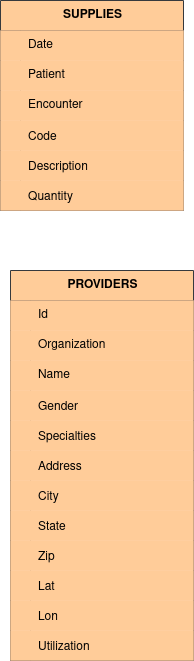
Before: BigDataProject.drawio.png, a diagram exported from draw.io (UtsuroNoArashi/BigDataProject). Source tidied: cells renumbered, new cells last; positions are measured from the earlier drawing's top-left corner, leaving out a move shared by most shapes.
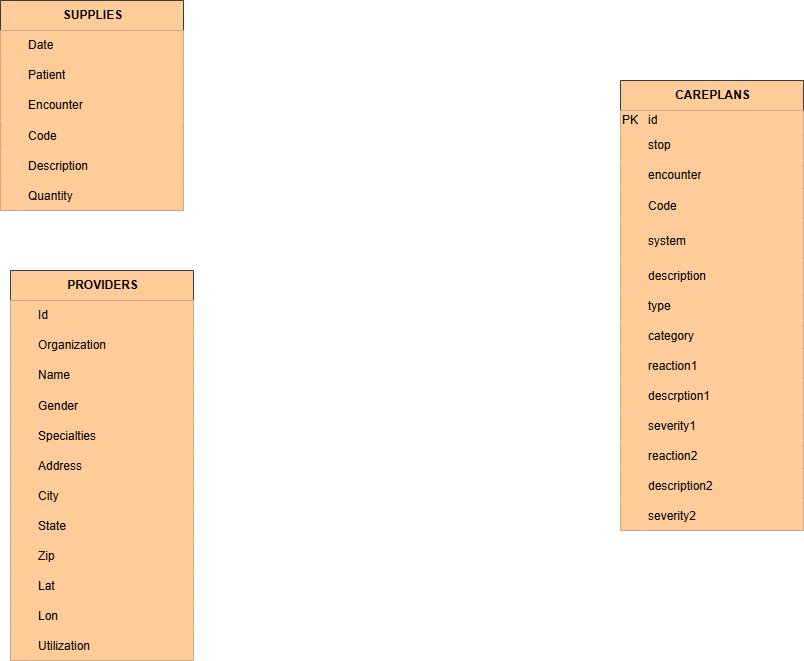
The same diagram one commit later.

Change to the diagram source:
```diff
@@ -170,5 +170,134 @@
     <mxCell id="57" value="Utilization" style="shape=partialRectangle;fillColor=light-dark(#FFCC99,#B98351);top=0;left=0;bottom=0;right=0;align=left;spacingLeft=6;overflow=hidden;fontColor=light-dark(#000000,#000000);" parent="55" vertex="1">
       <mxGeometry x="20" width="163" height="30" as="geometry" />
     </mxCell>
+    <mxCell id="58" value="CAREPLANS" style="shape=table;startSize=30;rowLines=0;fontStyle=1;align=center;html=1;fillColor=light-dark(#FFCC99,#B98351);strokeColor=light-dark(#36393D,#DDE2E4);fontColor=light-dark(#000000,#000000);" parent="1" vertex="1">
+      <mxGeometry x="620" y="80" width="183" height="450" as="geometry" />
+    </mxCell>
+    <mxCell id="59" style="shape=tableRow;horizontal=0;startSize=0;swimlaneHead=0;swimlaneBody=0;fillColor=light-dark(#FFCC99,#B98351);top=0;left=0;right=0;bottom=0;strokeColor=light-dark(#36393D,#DDE2E4);fontColor=light-dark(#000000,#000000);" parent="58" vertex="1">
+      <mxGeometry y="30" width="183" height="20" as="geometry" />
+    </mxCell>
+    <mxCell id="60" value="PK" style="shape=partialRectangle;fillColor=light-dark(#FFCC99,#B98351);top=0;left=0;bottom=0;right=0;overflow=hidden;whiteSpace=wrap;html=1;strokeColor=light-dark(#36393D,#DDE2E4);fontColor=light-dark(#000000,#000000);" parent="59" vertex="1">
+      <mxGeometry width="20" height="20" as="geometry" />
+    </mxCell>
+    <mxCell id="61" value="id" style="shape=partialRectangle;fillColor=light-dark(#FFCC99,#B98351);top=0;left=0;bottom=0;right=0;align=left;spacingLeft=6;overflow=hidden;whiteSpace=wrap;html=1;strokeColor=default;fontColor=light-dark(#000000,#000000);" parent="59" vertex="1">
+      <mxGeometry x="20" width="163" height="20" as="geometry" />
+    </mxCell>
+    <mxCell id="62" style="shape=tableRow;horizontal=0;startSize=0;swimlaneHead=0;swimlaneBody=0;fillColor=light-dark(#FFCC99,#B98351);top=0;left=0;right=0;bottom=0;strokeColor=light-dark(#36393D,#DDE2E4);fontColor=light-dark(#000000,#000000);" parent="58" vertex="1">
+      <mxGeometry y="50" width="183" height="30" as="geometry" />
+    </mxCell>
+    <mxCell id="63" style="shape=partialRectangle;fillColor=light-dark(#FFCC99,#B98351);top=0;left=0;bottom=0;right=0;overflow=hidden;whiteSpace=wrap;html=1;strokeColor=light-dark(#36393D,#DDE2E4);fontColor=light-dark(#000000,#000000);" parent="62" vertex="1">
+      <mxGeometry width="20" height="30" as="geometry" />
+    </mxCell>
+    <mxCell id="64" value="stop" style="shape=partialRectangle;fillColor=light-dark(#FFCC99,#B98351);top=0;left=0;bottom=0;right=0;align=left;spacingLeft=6;overflow=hidden;whiteSpace=wrap;html=1;strokeColor=default;fontColor=light-dark(#000000,#000000);" parent="62" vertex="1">
+      <mxGeometry x="20" width="163" height="30" as="geometry" />
+    </mxCell>
+    <mxCell id="65" style="shape=tableRow;horizontal=0;startSize=0;swimlaneHead=0;swimlaneBody=0;fillColor=light-dark(#FFCC99,#B98351);top=0;left=0;right=0;bottom=0;strokeColor=light-dark(#36393D,#DDE2E4);fontColor=light-dark(#000000,#000000);" parent="58" vertex="1">
+      <mxGeometry y="80" width="183" height="30" as="geometry" />
+    </mxCell>
+    <mxCell id="66" style="shape=partialRectangle;fillColor=light-dark(#FFCC99,#B98351);top=0;left=0;bottom=0;right=0;overflow=hidden;whiteSpace=wrap;html=1;strokeColor=light-dark(#36393D,#DDE2E4);fontColor=light-dark(#000000,#000000);" parent="65" vertex="1">
+      <mxGeometry width="20" height="30" as="geometry" />
+    </mxCell>
+    <mxCell id="67" value="encounter" style="shape=partialRectangle;fillColor=light-dark(#FFCC99,#B98351);top=0;left=0;bottom=0;right=0;align=left;spacingLeft=6;overflow=hidden;whiteSpace=wrap;html=1;strokeColor=default;fontColor=light-dark(#000000,#000000);" parent="65" vertex="1">
+      <mxGeometry x="20" width="163" height="30" as="geometry" />
+    </mxCell>
+    <mxCell id="68" style="shape=tableRow;horizontal=0;startSize=0;swimlaneHead=0;swimlaneBody=0;fillColor=light-dark(#FFCC99,#B98351);top=0;left=0;right=0;bottom=0;strokeColor=light-dark(#36393D,#DDE2E4);fontColor=light-dark(#000000,#000000);" parent="58" vertex="1">
+      <mxGeometry y="110" width="183" height="30" as="geometry" />
+    </mxCell>
+    <mxCell id="69" style="shape=partialRectangle;fillColor=light-dark(#FFCC99,#B98351);top=0;left=0;bottom=0;right=0;overflow=hidden;strokeColor=light-dark(#36393D,#DDE2E4);fontColor=light-dark(#000000,#000000);" parent="68" vertex="1">
+      <mxGeometry width="20" height="30" as="geometry" />
+    </mxCell>
+    <mxCell id="70" value="Code" style="shape=partialRectangle;fillColor=light-dark(#FFCC99,#B98351);top=0;left=0;bottom=0;right=0;align=left;spacingLeft=6;overflow=hidden;strokeColor=default;fontColor=light-dark(#000000,#000000);" parent="68" vertex="1">
+      <mxGeometry x="20" width="163" height="30" as="geometry" />
+    </mxCell>
+    <mxCell id="71" style="shape=tableRow;horizontal=0;startSize=0;swimlaneHead=0;swimlaneBody=0;fillColor=light-dark(#FFCC99,#B98351);top=0;left=0;right=0;bottom=0;strokeColor=light-dark(#36393D,#DDE2E4);fontColor=light-dark(#000000,#000000);" parent="58" vertex="1">
+      <mxGeometry y="140" width="183" height="40" as="geometry" />
+    </mxCell>
+    <mxCell id="72" style="shape=partialRectangle;fillColor=light-dark(#FFCC99,#B98351);top=0;left=0;bottom=0;right=0;overflow=hidden;strokeColor=light-dark(#36393D,#DDE2E4);fontColor=light-dark(#000000,#000000);" parent="71" vertex="1">
+      <mxGeometry width="20" height="40" as="geometry" />
+    </mxCell>
+    <mxCell id="73" value="system" style="shape=partialRectangle;fillColor=light-dark(#FFCC99,#B98351);top=0;left=0;bottom=0;right=0;align=left;spacingLeft=6;overflow=hidden;strokeColor=default;fontColor=light-dark(#000000,#000000);" parent="71" vertex="1">
+      <mxGeometry x="20" width="163" height="40" as="geometry" />
+    </mxCell>
+    <mxCell id="74" style="shape=tableRow;horizontal=0;startSize=0;swimlaneHead=0;swimlaneBody=0;fillColor=light-dark(#FFCC99,#B98351);top=0;left=0;right=0;bottom=0;strokeColor=light-dark(#36393D,#DDE2E4);fontColor=light-dark(#000000,#000000);" parent="58" vertex="1">
+      <mxGeometry y="180" width="183" height="30" as="geometry" />
+    </mxCell>
+    <mxCell id="75" style="shape=partialRectangle;fillColor=light-dark(#FFCC99,#B98351);top=0;left=0;bottom=0;right=0;overflow=hidden;strokeColor=light-dark(#36393D,#DDE2E4);fontColor=light-dark(#000000,#000000);" parent="74" vertex="1">
+      <mxGeometry width="20" height="30" as="geometry" />
+    </mxCell>
+    <mxCell id="76" value="description" style="shape=partialRectangle;fillColor=light-dark(#FFCC99,#B98351);top=0;left=0;bottom=0;right=0;align=left;spacingLeft=6;overflow=hidden;strokeColor=default;fontColor=light-dark(#000000,#000000);" parent="74" vertex="1">
+      <mxGeometry x="20" width="163" height="30" as="geometry" />
+    </mxCell>
+    <mxCell id="77" style="shape=tableRow;horizontal=0;startSize=0;swimlaneHead=0;swimlaneBody=0;fillColor=light-dark(#FFCC99,#B98351);top=0;left=0;right=0;bottom=0;strokeColor=light-dark(#36393D,#DDE2E4);fontColor=light-dark(#000000,#000000);" parent="58" vertex="1">
+      <mxGeometry y="210" width="183" height="30" as="geometry" />
+    </mxCell>
+    <mxCell id="78" style="shape=partialRectangle;fillColor=light-dark(#FFCC99,#B98351);top=0;left=0;bottom=0;right=0;overflow=hidden;strokeColor=light-dark(#36393D,#DDE2E4);fontColor=light-dark(#000000,#000000);" parent="77" vertex="1">
+      <mxGeometry width="20" height="30" as="geometry" />
+    </mxCell>
+    <mxCell id="79" value="type" style="shape=partialRectangle;fillColor=light-dark(#FFCC99,#B98351);top=0;left=0;bottom=0;right=0;align=left;spacingLeft=6;overflow=hidden;strokeColor=default;fontColor=light-dark(#000000,#000000);" parent="77" vertex="1">
+      <mxGeometry x="20" width="163" height="30" as="geometry" />
+    </mxCell>
+    <mxCell id="80" style="shape=tableRow;horizontal=0;startSize=0;swimlaneHead=0;swimlaneBody=0;fillColor=light-dark(#FFCC99,#B98351);top=0;left=0;right=0;bottom=0;strokeColor=light-dark(#36393D,#DDE2E4);fontColor=light-dark(#000000,#000000);" parent="58" vertex="1">
+      <mxGeometry y="240" width="183" height="30" as="geometry" />
+    </mxCell>
+    <mxCell id="81" style="shape=partialRectangle;fillColor=light-dark(#FFCC99,#B98351);top=0;left=0;bottom=0;right=0;overflow=hidden;strokeColor=light-dark(#36393D,#DDE2E4);fontColor=light-dark(#000000,#000000);" parent="80" vertex="1">
+      <mxGeometry width="20" height="30" as="geometry" />
+    </mxCell>
+    <mxCell id="82" value="category" style="shape=partialRectangle;fillColor=light-dark(#FFCC99,#B98351);top=0;left=0;bottom=0;right=0;align=left;spacingLeft=6;overflow=hidden;strokeColor=default;fontColor=light-dark(#000000,#000000);" parent="80" vertex="1">
+      <mxGeometry x="20" width="163" height="30" as="geometry" />
+    </mxCell>
+    <mxCell id="83" style="shape=tableRow;horizontal=0;startSize=0;swimlaneHead=0;swimlaneBody=0;fillColor=light-dark(#FFCC99,#B98351);top=0;left=0;right=0;bottom=0;strokeColor=light-dark(#36393D,#DDE2E4);fontColor=light-dark(#000000,#000000);" parent="58" vertex="1">
+      <mxGeometry y="270" width="183" height="30" as="geometry" />
+    </mxCell>
+    <mxCell id="84" style="shape=partialRectangle;fillColor=light-dark(#FFCC99,#B98351);top=0;left=0;bottom=0;right=0;overflow=hidden;strokeColor=light-dark(#36393D,#DDE2E4);fontColor=light-dark(#000000,#000000);" parent="83" vertex="1">
+      <mxGeometry width="20" height="30" as="geometry" />
+    </mxCell>
+    <mxCell id="85" value="reaction1    " style="shape=partialRectangle;fillColor=light-dark(#FFCC99,#B98351);top=0;left=0;bottom=0;right=0;align=left;spacingLeft=6;overflow=hidden;strokeColor=default;fontColor=light-dark(#000000,#000000);" parent="83" vertex="1">
+      <mxGeometry x="20" width="163" height="30" as="geometry" />
+    </mxCell>
+    <mxCell id="86" style="shape=tableRow;horizontal=0;startSize=0;swimlaneHead=0;swimlaneBody=0;fillColor=light-dark(#FFCC99,#B98351);top=0;left=0;right=0;bottom=0;strokeColor=light-dark(#36393D,#DDE2E4);fontColor=light-dark(#000000,#000000);" parent="58" vertex="1">
+      <mxGeometry y="300" width="183" height="30" as="geometry" />
+    </mxCell>
+    <mxCell id="87" style="shape=partialRectangle;fillColor=light-dark(#FFCC99,#B98351);top=0;left=0;bottom=0;right=0;overflow=hidden;strokeColor=light-dark(#36393D,#DDE2E4);fontColor=light-dark(#000000,#000000);" parent="86" vertex="1">
+      <mxGeometry width="20" height="30" as="geometry" />
+    </mxCell>
+    <mxCell id="88" value="descrption1" style="shape=partialRectangle;fillColor=light-dark(#FFCC99,#B98351);top=0;left=0;bottom=0;right=0;align=left;spacingLeft=6;overflow=hidden;strokeColor=default;fontColor=light-dark(#000000,#000000);" parent="86" vertex="1">
+      <mxGeometry x="20" width="163" height="30" as="geometry" />
+    </mxCell>
+    <mxCell id="89" style="shape=tableRow;horizontal=0;startSize=0;swimlaneHead=0;swimlaneBody=0;fillColor=light-dark(#FFCC99,#B98351);top=0;left=0;right=0;bottom=0;strokeColor=light-dark(#36393D,#DDE2E4);fontColor=light-dark(#000000,#000000);" parent="58" vertex="1">
+      <mxGeometry y="330" width="183" height="30" as="geometry" />
+    </mxCell>
+    <mxCell id="90" style="shape=partialRectangle;fillColor=light-dark(#FFCC99,#B98351);top=0;left=0;bottom=0;right=0;overflow=hidden;strokeColor=light-dark(#36393D,#DDE2E4);fontColor=light-dark(#000000,#000000);" parent="89" vertex="1">
+      <mxGeometry width="20" height="30" as="geometry" />
+    </mxCell>
+    <mxCell id="91" value="severity1" style="shape=partialRectangle;fillColor=light-dark(#FFCC99,#B98351);top=0;left=0;bottom=0;right=0;align=left;spacingLeft=6;overflow=hidden;strokeColor=default;fontColor=light-dark(#000000,#000000);" parent="89" vertex="1">
+      <mxGeometry x="20" width="163" height="30" as="geometry" />
+    </mxCell>
+    <mxCell id="92" style="shape=tableRow;horizontal=0;startSize=0;swimlaneHead=0;swimlaneBody=0;fillColor=light-dark(#FFCC99,#B98351);top=0;left=0;right=0;bottom=0;strokeColor=light-dark(#36393D,#DDE2E4);fontColor=light-dark(#000000,#000000);" parent="58" vertex="1">
+      <mxGeometry y="360" width="183" height="30" as="geometry" />
+    </mxCell>
+    <mxCell id="93" style="shape=partialRectangle;fillColor=light-dark(#FFCC99,#B98351);top=0;left=0;bottom=0;right=0;overflow=hidden;strokeColor=light-dark(#36393D,#DDE2E4);fontColor=light-dark(#000000,#000000);" parent="92" vertex="1">
+      <mxGeometry width="20" height="30" as="geometry" />
+    </mxCell>
+    <mxCell id="94" value="reaction2" style="shape=partialRectangle;fillColor=light-dark(#FFCC99,#B98351);top=0;left=0;bottom=0;right=0;align=left;spacingLeft=6;overflow=hidden;strokeColor=default;fontColor=light-dark(#000000,#000000);" parent="92" vertex="1">
+      <mxGeometry x="20" width="163" height="30" as="geometry" />
+    </mxCell>
+    <mxCell id="95" style="shape=tableRow;horizontal=0;startSize=0;swimlaneHead=0;swimlaneBody=0;fillColor=light-dark(#FFCC99,#B98351);top=0;left=0;right=0;bottom=0;strokeColor=light-dark(#36393D,#DDE2E4);fontColor=light-dark(#000000,#000000);" parent="58" vertex="1">
+      <mxGeometry y="390" width="183" height="30" as="geometry" />
+    </mxCell>
+    <mxCell id="96" style="shape=partialRectangle;fillColor=light-dark(#FFCC99,#B98351);top=0;left=0;bottom=0;right=0;overflow=hidden;strokeColor=light-dark(#36393D,#DDE2E4);fontColor=light-dark(#000000,#000000);" parent="95" vertex="1">
+      <mxGeometry width="20" height="30" as="geometry" />
+    </mxCell>
+    <mxCell id="97" value="description2" style="shape=partialRectangle;fillColor=light-dark(#FFCC99,#B98351);top=0;left=0;bottom=0;right=0;align=left;spacingLeft=6;overflow=hidden;strokeColor=default;fontColor=light-dark(#000000,#000000);" parent="95" vertex="1">
+      <mxGeometry x="20" width="163" height="30" as="geometry" />
+    </mxCell>
+    <mxCell id="98" style="shape=tableRow;horizontal=0;startSize=0;swimlaneHead=0;swimlaneBody=0;fillColor=light-dark(#FFCC99,#B98351);top=0;left=0;right=0;bottom=0;strokeColor=light-dark(#36393D,#DDE2E4);fontColor=light-dark(#000000,#000000);" parent="58" vertex="1">
+      <mxGeometry y="420" width="183" height="30" as="geometry" />
+    </mxCell>
+    <mxCell id="99" style="shape=partialRectangle;fillColor=light-dark(#FFCC99,#B98351);top=0;left=0;bottom=0;right=0;overflow=hidden;strokeColor=light-dark(#36393D,#DDE2E4);fontColor=light-dark(#000000,#000000);" parent="98" vertex="1">
+      <mxGeometry width="20" height="30" as="geometry" />
+    </mxCell>
+    <mxCell id="100" value="severity2" style="shape=partialRectangle;fillColor=light-dark(#FFCC99,#B98351);top=0;left=0;bottom=0;right=0;align=left;spacingLeft=6;overflow=hidden;strokeColor=default;fontColor=light-dark(#000000,#000000);" parent="98" vertex="1">
+      <mxGeometry x="20" width="163" height="30" as="geometry" />
+    </mxCell>
   </root>
 </mxGraphModel>
```
